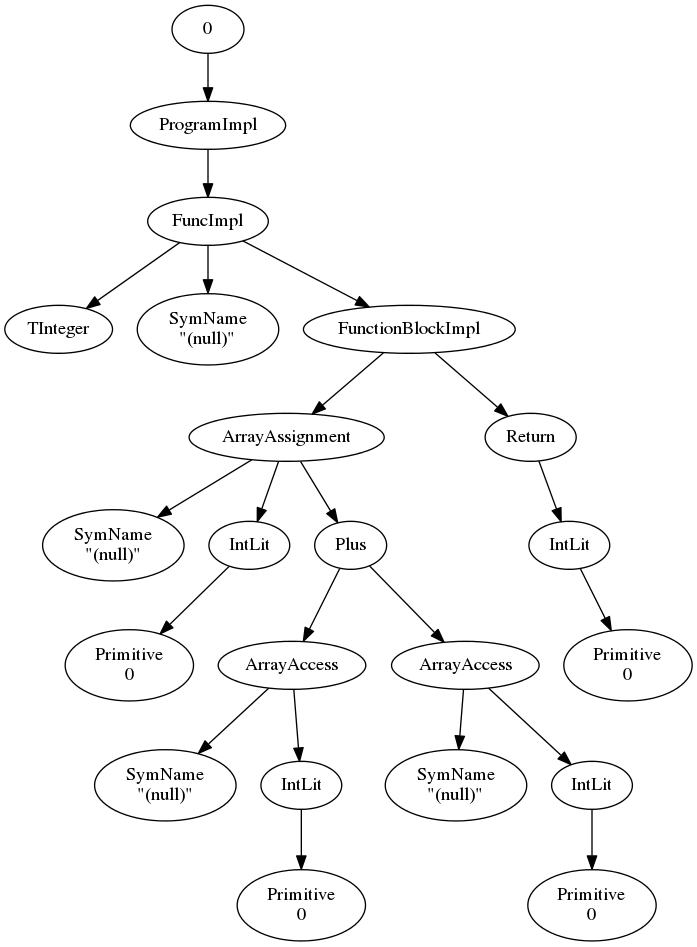
This is ast/testProgram.png from drewtaylors/cs160, a Graphviz export, as it was before one commit. Its source is kept beside it as ast/testProgram.dot.
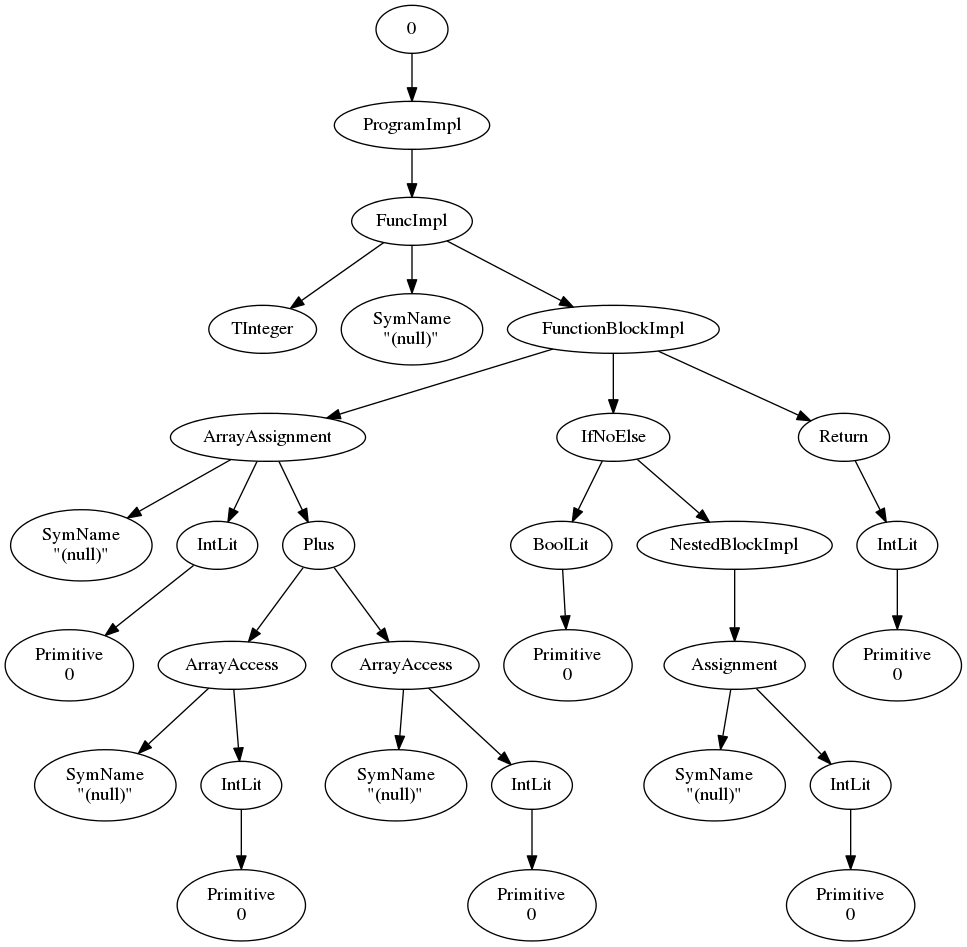
The same file after the commit.

Diff of the diagram source:
```diff
@@ -36,9 +36,25 @@
 "17" -> "18"
 "18" [label="Primitive\n0"]
 "5" -> "19"
-"19" [label="Return"]
+"19" [label="IfNoElse"]
 "19" -> "20"
-"20" [label="IntLit"]
+"20" [label="BoolLit"]
 "20" -> "21"
 "21" [label="Primitive\n0"]
+"19" -> "22"
+"22" [label="NestedBlockImpl"]
+"22" -> "23"
+"23" [label="Assignment"]
+"23" -> "24"
+"24" [label="SymName\n\"(null)\""]
+"23" -> "25"
+"25" [label="IntLit"]
+"25" -> "26"
+"26" [label="Primitive\n0"]
+"5" -> "27"
+"27" [label="Return"]
+"27" -> "28"
+"28" [label="IntLit"]
+"28" -> "29"
+"29" [label="Primitive\n0"]
 };
```
